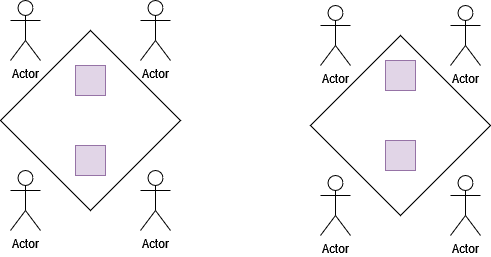
The draw.io diagram venue.drawio.png in Zerofundies/drawio, before a commit. Source tidied: cells renumbered, new cells last; positions are measured from the earlier drawing's top-left corner, leaving out a move shared by most shapes. The source it was exported from:
```xml
<mxGraphModel>
  <root>
    <mxCell id="0" />
    <mxCell id="1" parent="0" />
    <mxCell id="2" style="rhombus;whiteSpace=wrap;html=1;" parent="1" vertex="1">
      <mxGeometry y="30" width="180" height="180" as="geometry" />
    </mxCell>
    <mxCell id="3" value="Actor" style="shape=umlActor;verticalLabelPosition=bottom;verticalAlign=top;html=1;" parent="1" vertex="1">
      <mxGeometry x="140" width="30" height="60" as="geometry" />
    </mxCell>
    <mxCell id="4" value="Actor" style="shape=umlActor;verticalLabelPosition=bottom;verticalAlign=top;html=1;" parent="1" vertex="1">
      <mxGeometry x="10" width="30" height="60" as="geometry" />
    </mxCell>
    <mxCell id="5" value="Actor" style="shape=umlActor;verticalLabelPosition=bottom;verticalAlign=top;html=1;" parent="1" vertex="1">
      <mxGeometry x="10" y="170" width="30" height="60" as="geometry" />
    </mxCell>
    <mxCell id="6" value="Actor" style="shape=umlActor;verticalLabelPosition=bottom;verticalAlign=top;html=1;" parent="1" vertex="1">
      <mxGeometry x="140" y="170" width="30" height="60" as="geometry" />
    </mxCell>
    <mxCell id="7" style="rhombus;whiteSpace=wrap;html=1;" parent="1" vertex="1">
      <mxGeometry x="310" y="35" width="180" height="180" as="geometry" />
    </mxCell>
    <mxCell id="8" value="Actor" style="shape=umlActor;verticalLabelPosition=bottom;verticalAlign=top;html=1;" parent="1" vertex="1">
      <mxGeometry x="450" y="5" width="30" height="60" as="geometry" />
    </mxCell>
    <mxCell id="9" value="Actor" style="shape=umlActor;verticalLabelPosition=bottom;verticalAlign=top;html=1;" parent="1" vertex="1">
      <mxGeometry x="320" y="5" width="30" height="60" as="geometry" />
    </mxCell>
    <mxCell id="10" value="Actor" style="shape=umlActor;verticalLabelPosition=bottom;verticalAlign=top;html=1;" parent="1" vertex="1">
      <mxGeometry x="320" y="175" width="30" height="60" as="geometry" />
    </mxCell>
    <mxCell id="11" value="Actor" style="shape=umlActor;verticalLabelPosition=bottom;verticalAlign=top;html=1;" parent="1" vertex="1">
      <mxGeometry x="450" y="175" width="30" height="60" as="geometry" />
    </mxCell>
    <mxCell id="12" style="whiteSpace=wrap;html=1;fillColor=#e1d5e7;strokeColor=#9673a6;" parent="1" vertex="1">
      <mxGeometry x="75" y="65" width="30" height="30" as="geometry" />
    </mxCell>
    <mxCell id="13" style="whiteSpace=wrap;html=1;fillColor=#e1d5e7;strokeColor=#9673a6;" parent="1" vertex="1">
      <mxGeometry x="75" y="145" width="30" height="30" as="geometry" />
    </mxCell>
    <mxCell id="14" style="whiteSpace=wrap;html=1;fillColor=#e1d5e7;strokeColor=#9673a6;" parent="1" vertex="1">
      <mxGeometry x="385" y="140" width="30" height="30" as="geometry" />
    </mxCell>
    <mxCell id="15" style="whiteSpace=wrap;html=1;fillColor=#e1d5e7;strokeColor=#9673a6;" parent="1" vertex="1">
      <mxGeometry x="385" y="60" width="30" height="30" as="geometry" />
    </mxCell>
  </root>
</mxGraphModel>
```
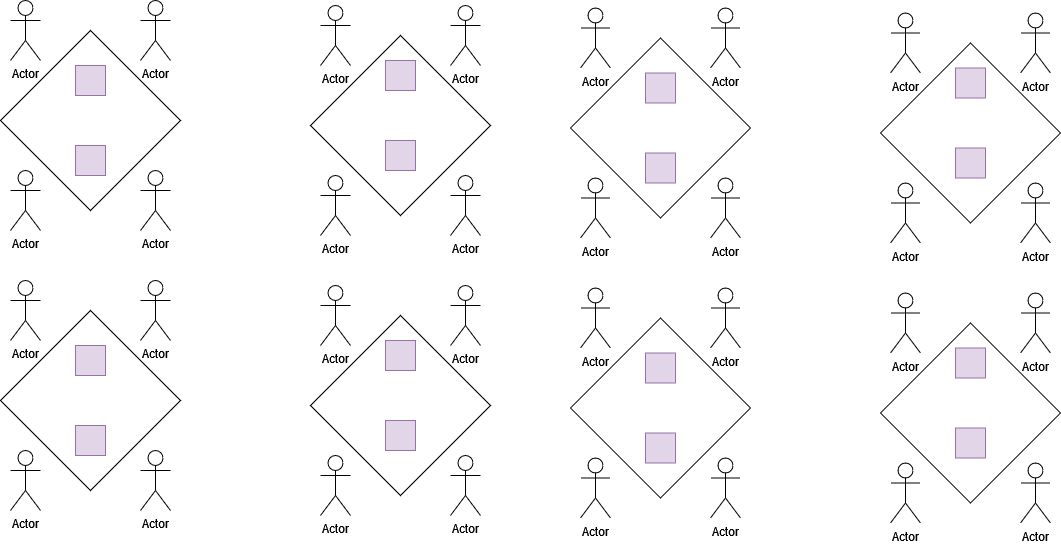
The same file after the commit.

The edit, as a diff of the source:
```diff
@@ -44,5 +44,131 @@
     <mxCell id="15" style="whiteSpace=wrap;html=1;fillColor=#e1d5e7;strokeColor=#9673a6;" parent="1" vertex="1">
       <mxGeometry x="385" y="60" width="30" height="30" as="geometry" />
     </mxCell>
+    <mxCell id="16" style="rhombus;whiteSpace=wrap;html=1;" parent="1" vertex="1">
+      <mxGeometry x="570" y="37.5" width="180" height="180" as="geometry" />
+    </mxCell>
+    <mxCell id="17" value="Actor" style="shape=umlActor;verticalLabelPosition=bottom;verticalAlign=top;html=1;" parent="1" vertex="1">
+      <mxGeometry x="710" y="7.5" width="30" height="60" as="geometry" />
+    </mxCell>
+    <mxCell id="18" value="Actor" style="shape=umlActor;verticalLabelPosition=bottom;verticalAlign=top;html=1;" parent="1" vertex="1">
+      <mxGeometry x="580" y="7.5" width="30" height="60" as="geometry" />
+    </mxCell>
+    <mxCell id="19" value="Actor" style="shape=umlActor;verticalLabelPosition=bottom;verticalAlign=top;html=1;" parent="1" vertex="1">
+      <mxGeometry x="580" y="177.5" width="30" height="60" as="geometry" />
+    </mxCell>
+    <mxCell id="20" value="Actor" style="shape=umlActor;verticalLabelPosition=bottom;verticalAlign=top;html=1;" parent="1" vertex="1">
+      <mxGeometry x="710" y="177.5" width="30" height="60" as="geometry" />
+    </mxCell>
+    <mxCell id="21" style="rhombus;whiteSpace=wrap;html=1;" parent="1" vertex="1">
+      <mxGeometry x="880" y="42.5" width="180" height="180" as="geometry" />
+    </mxCell>
+    <mxCell id="22" value="Actor" style="shape=umlActor;verticalLabelPosition=bottom;verticalAlign=top;html=1;" parent="1" vertex="1">
+      <mxGeometry x="1020" y="12.5" width="30" height="60" as="geometry" />
+    </mxCell>
+    <mxCell id="23" value="Actor" style="shape=umlActor;verticalLabelPosition=bottom;verticalAlign=top;html=1;" parent="1" vertex="1">
+      <mxGeometry x="890" y="12.5" width="30" height="60" as="geometry" />
+    </mxCell>
+    <mxCell id="24" value="Actor" style="shape=umlActor;verticalLabelPosition=bottom;verticalAlign=top;html=1;" parent="1" vertex="1">
+      <mxGeometry x="890" y="182.5" width="30" height="60" as="geometry" />
+    </mxCell>
+    <mxCell id="25" value="Actor" style="shape=umlActor;verticalLabelPosition=bottom;verticalAlign=top;html=1;" parent="1" vertex="1">
+      <mxGeometry x="1020" y="182.5" width="30" height="60" as="geometry" />
+    </mxCell>
+    <mxCell id="26" style="whiteSpace=wrap;html=1;fillColor=#e1d5e7;strokeColor=#9673a6;" parent="1" vertex="1">
+      <mxGeometry x="645" y="72.5" width="30" height="30" as="geometry" />
+    </mxCell>
+    <mxCell id="27" style="whiteSpace=wrap;html=1;fillColor=#e1d5e7;strokeColor=#9673a6;" parent="1" vertex="1">
+      <mxGeometry x="645" y="152.5" width="30" height="30" as="geometry" />
+    </mxCell>
+    <mxCell id="28" style="whiteSpace=wrap;html=1;fillColor=#e1d5e7;strokeColor=#9673a6;" parent="1" vertex="1">
+      <mxGeometry x="955" y="147.5" width="30" height="30" as="geometry" />
+    </mxCell>
+    <mxCell id="29" style="whiteSpace=wrap;html=1;fillColor=#e1d5e7;strokeColor=#9673a6;" parent="1" vertex="1">
+      <mxGeometry x="955" y="67.5" width="30" height="30" as="geometry" />
+    </mxCell>
+    <mxCell id="30" style="rhombus;whiteSpace=wrap;html=1;" parent="1" vertex="1">
+      <mxGeometry y="310" width="180" height="180" as="geometry" />
+    </mxCell>
+    <mxCell id="31" value="Actor" style="shape=umlActor;verticalLabelPosition=bottom;verticalAlign=top;html=1;" parent="1" vertex="1">
+      <mxGeometry x="140" y="280" width="30" height="60" as="geometry" />
+    </mxCell>
+    <mxCell id="32" value="Actor" style="shape=umlActor;verticalLabelPosition=bottom;verticalAlign=top;html=1;" parent="1" vertex="1">
+      <mxGeometry x="10" y="280" width="30" height="60" as="geometry" />
+    </mxCell>
+    <mxCell id="33" value="Actor" style="shape=umlActor;verticalLabelPosition=bottom;verticalAlign=top;html=1;" parent="1" vertex="1">
+      <mxGeometry x="10" y="450" width="30" height="60" as="geometry" />
+    </mxCell>
+    <mxCell id="34" value="Actor" style="shape=umlActor;verticalLabelPosition=bottom;verticalAlign=top;html=1;" parent="1" vertex="1">
+      <mxGeometry x="140" y="450" width="30" height="60" as="geometry" />
+    </mxCell>
+    <mxCell id="35" style="rhombus;whiteSpace=wrap;html=1;" parent="1" vertex="1">
+      <mxGeometry x="310" y="315" width="180" height="180" as="geometry" />
+    </mxCell>
+    <mxCell id="36" value="Actor" style="shape=umlActor;verticalLabelPosition=bottom;verticalAlign=top;html=1;" parent="1" vertex="1">
+      <mxGeometry x="450" y="285" width="30" height="60" as="geometry" />
+    </mxCell>
+    <mxCell id="37" value="Actor" style="shape=umlActor;verticalLabelPosition=bottom;verticalAlign=top;html=1;" parent="1" vertex="1">
+      <mxGeometry x="320" y="285" width="30" height="60" as="geometry" />
+    </mxCell>
+    <mxCell id="38" value="Actor" style="shape=umlActor;verticalLabelPosition=bottom;verticalAlign=top;html=1;" parent="1" vertex="1">
+      <mxGeometry x="320" y="455" width="30" height="60" as="geometry" />
+    </mxCell>
+    <mxCell id="39" value="Actor" style="shape=umlActor;verticalLabelPosition=bottom;verticalAlign=top;html=1;" parent="1" vertex="1">
+      <mxGeometry x="450" y="455" width="30" height="60" as="geometry" />
+    </mxCell>
+    <mxCell id="40" style="whiteSpace=wrap;html=1;fillColor=#e1d5e7;strokeColor=#9673a6;" parent="1" vertex="1">
+      <mxGeometry x="75" y="345" width="30" height="30" as="geometry" />
+    </mxCell>
+    <mxCell id="41" style="whiteSpace=wrap;html=1;fillColor=#e1d5e7;strokeColor=#9673a6;" parent="1" vertex="1">
+      <mxGeometry x="75" y="425" width="30" height="30" as="geometry" />
+    </mxCell>
+    <mxCell id="42" style="whiteSpace=wrap;html=1;fillColor=#e1d5e7;strokeColor=#9673a6;" parent="1" vertex="1">
+      <mxGeometry x="385" y="420" width="30" height="30" as="geometry" />
+    </mxCell>
+    <mxCell id="43" style="whiteSpace=wrap;html=1;fillColor=#e1d5e7;strokeColor=#9673a6;" parent="1" vertex="1">
+      <mxGeometry x="385" y="340" width="30" height="30" as="geometry" />
+    </mxCell>
+    <mxCell id="44" style="rhombus;whiteSpace=wrap;html=1;" parent="1" vertex="1">
+      <mxGeometry x="570" y="317.5" width="180" height="180" as="geometry" />
+    </mxCell>
+    <mxCell id="45" value="Actor" style="shape=umlActor;verticalLabelPosition=bottom;verticalAlign=top;html=1;" parent="1" vertex="1">
+      <mxGeometry x="710" y="287.5" width="30" height="60" as="geometry" />
+    </mxCell>
+    <mxCell id="46" value="Actor" style="shape=umlActor;verticalLabelPosition=bottom;verticalAlign=top;html=1;" parent="1" vertex="1">
+      <mxGeometry x="580" y="287.5" width="30" height="60" as="geometry" />
+    </mxCell>
+    <mxCell id="47" value="Actor" style="shape=umlActor;verticalLabelPosition=bottom;verticalAlign=top;html=1;" parent="1" vertex="1">
+      <mxGeometry x="580" y="457.5" width="30" height="60" as="geometry" />
+    </mxCell>
+    <mxCell id="48" value="Actor" style="shape=umlActor;verticalLabelPosition=bottom;verticalAlign=top;html=1;" parent="1" vertex="1">
+      <mxGeometry x="710" y="457.5" width="30" height="60" as="geometry" />
+    </mxCell>
+    <mxCell id="49" style="rhombus;whiteSpace=wrap;html=1;" parent="1" vertex="1">
+      <mxGeometry x="880" y="322.5" width="180" height="180" as="geometry" />
+    </mxCell>
+    <mxCell id="50" value="Actor" style="shape=umlActor;verticalLabelPosition=bottom;verticalAlign=top;html=1;" parent="1" vertex="1">
+      <mxGeometry x="1020" y="292.5" width="30" height="60" as="geometry" />
+    </mxCell>
+    <mxCell id="51" value="Actor" style="shape=umlActor;verticalLabelPosition=bottom;verticalAlign=top;html=1;" parent="1" vertex="1">
+      <mxGeometry x="890" y="292.5" width="30" height="60" as="geometry" />
+    </mxCell>
+    <mxCell id="52" value="Actor" style="shape=umlActor;verticalLabelPosition=bottom;verticalAlign=top;html=1;" parent="1" vertex="1">
+      <mxGeometry x="890" y="462.5" width="30" height="60" as="geometry" />
+    </mxCell>
+    <mxCell id="53" value="Actor" style="shape=umlActor;verticalLabelPosition=bottom;verticalAlign=top;html=1;" parent="1" vertex="1">
+      <mxGeometry x="1020" y="462.5" width="30" height="60" as="geometry" />
+    </mxCell>
+    <mxCell id="54" style="whiteSpace=wrap;html=1;fillColor=#e1d5e7;strokeColor=#9673a6;" parent="1" vertex="1">
+      <mxGeometry x="645" y="352.5" width="30" height="30" as="geometry" />
+    </mxCell>
+    <mxCell id="55" style="whiteSpace=wrap;html=1;fillColor=#e1d5e7;strokeColor=#9673a6;" parent="1" vertex="1">
+      <mxGeometry x="645" y="432.5" width="30" height="30" as="geometry" />
+    </mxCell>
+    <mxCell id="56" style="whiteSpace=wrap;html=1;fillColor=#e1d5e7;strokeColor=#9673a6;" parent="1" vertex="1">
+      <mxGeometry x="955" y="427.5" width="30" height="30" as="geometry" />
+    </mxCell>
+    <mxCell id="57" style="whiteSpace=wrap;html=1;fillColor=#e1d5e7;strokeColor=#9673a6;" parent="1" vertex="1">
+      <mxGeometry x="955" y="347.5" width="30" height="30" as="geometry" />
+    </mxCell>
   </root>
 </mxGraphModel>
```
